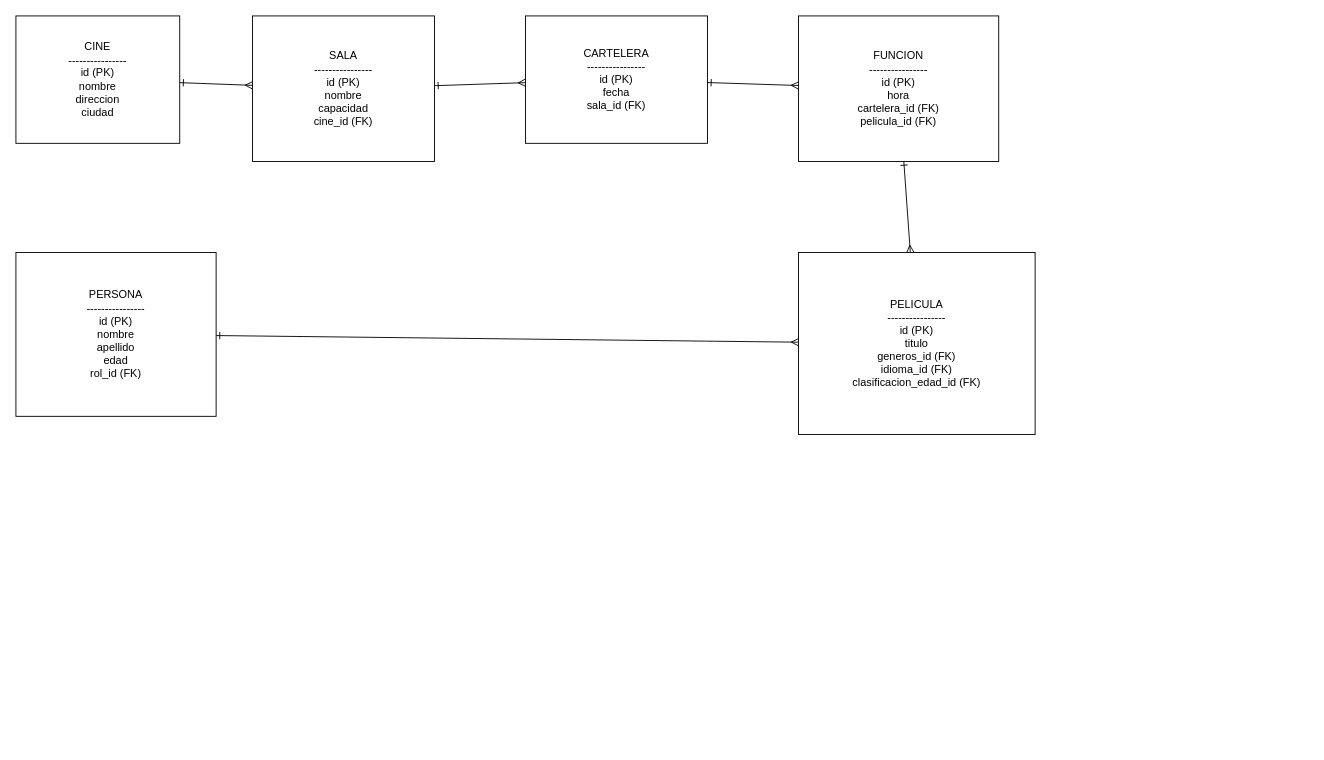
Before: Cines.drawio in Santi-a-ux/Modelo-De-Datos, a draw.io diagram. Source tidied: cells renumbered, new cells numbered last; positions are measured from the earlier drawing's top-left corner, leaving out a move shared by most shapes. Both pictures are drawn from the tidied source at 91%, with x=0, y=0 at pixel (15, 15).
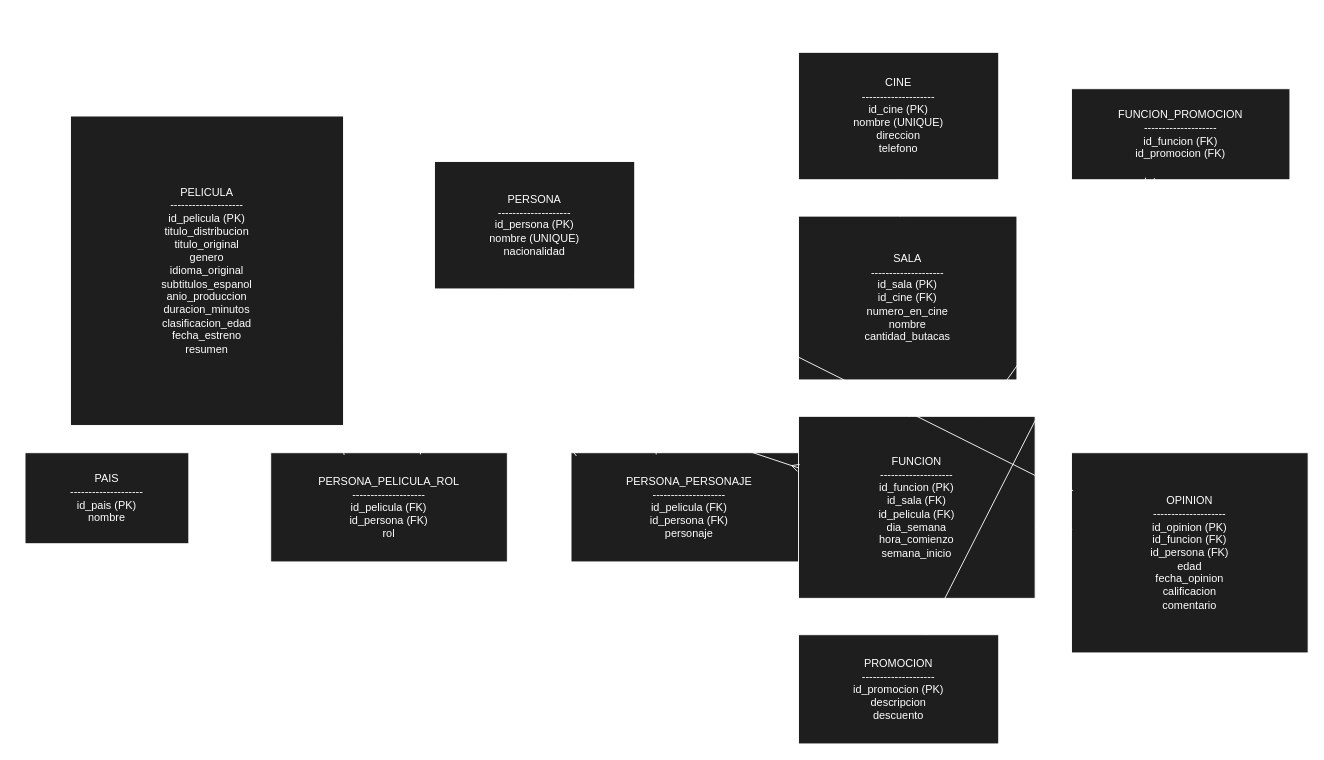
The same page after the edit.

Diff of the diagram source:
```diff
@@
+    <mxCell id="6" value="PELICULA&#10;--------------------&#10;id_pelicula (PK)&#10;titulo_distribucion&#10;titulo_original&#10;genero&#10;idioma_original&#10;subtitulos_espanol&#10;anio_produccion&#10;duracion_minutos&#10;clasificacion_edad&#10;fecha_estreno&#10;resumen" style="shape=rectangle;whiteSpace=wrap;html=1;fillColor=#1e1e1e;fontColor=#ffffff;strokeColor=#ffffff;" parent="1" vertex="1">
+      <mxGeometry x="60" y="110" width="300" height="340" as="geometry" />
+    </mxCell>
+    <mxCell id="13" value="PAIS&#10;--------------------&#10;id_pais (PK)&#10;nombre" style="shape=rectangle;whiteSpace=wrap;html=1;fillColor=#1e1e1e;fontColor=#ffffff;strokeColor=#ffffff;" parent="1" vertex="1">
+      <mxGeometry x="10" y="480" width="180" height="100" as="geometry" />
+    </mxCell>
+    <mxCell id="7" value="PERSONA&#10;--------------------&#10;id_persona (PK)&#10;nombre (UNIQUE)&#10;nacionalidad" style="shape=rectangle;whiteSpace=wrap;html=1;fillColor=#1e1e1e;fontColor=#ffffff;strokeColor=#ffffff;" parent="1" vertex="1">
+      <mxGeometry x="460" y="160" width="220" height="140" as="geometry" />
+    </mxCell>
+    <mxCell id="14" value="PERSONA_PELICULA_ROL&#10;--------------------&#10;id_pelicula (FK)&#10;id_persona (FK)&#10;rol" style="shape=rectangle;whiteSpace=wrap;html=1;fillColor=#1e1e1e;fontColor=#ffffff;strokeColor=#ffffff;" parent="1" vertex="1">
+      <mxGeometry x="280" y="480" width="260" height="120" as="geometry" />
+    </mxCell>
+    <mxCell id="15" value="PERSONA_PERSONAJE&#10;--------------------&#10;id_pelicula (FK)&#10;id_persona (FK)&#10;personaje" style="shape=rectangle;whiteSpace=wrap;html=1;fillColor=#1e1e1e;fontColor=#ffffff;strokeColor=#ffffff;" parent="1" vertex="1">
+      <mxGeometry x="610" y="480" width="260" height="120" as="geometry" />
+    </mxCell>
-    <mxCell id="2" value="CINE&#10;----------------&#10;id (PK)&#10;nombre&#10;direccion&#10;ciudad" style="shape=rectangle;whiteSpace=wrap;html=1;" parent="1" vertex="1">
-      <mxGeometry width="180" height="140" as="geometry" />
+    <mxCell id="2" value="CINE&#10;--------------------&#10;id_cine (PK)&#10;nombre (UNIQUE)&#10;direccion&#10;telefono" style="shape=rectangle;whiteSpace=wrap;html=1;fillColor=#1e1e1e;fontColor=#ffffff;strokeColor=#ffffff;" parent="1" vertex="1">
+      <mxGeometry x="860" y="40" width="220" height="140" as="geometry" />
     </mxCell>
-    <mxCell id="3" value="SALA&#10;----------------&#10;id (PK)&#10;nombre&#10;capacidad&#10;cine_id (FK)" style="shape=rectangle;whiteSpace=wrap;html=1;" parent="1" vertex="1">
-      <mxGeometry x="260" width="200" height="160" as="geometry" />
+    <mxCell id="3" value="SALA&#10;--------------------&#10;id_sala (PK)&#10;id_cine (FK)&#10;numero_en_cine&#10;nombre&#10;cantidad_butacas" style="shape=rectangle;whiteSpace=wrap;html=1;fillColor=#1e1e1e;fontColor=#ffffff;strokeColor=#ffffff;" parent="1" vertex="1">
+      <mxGeometry x="860" y="220" width="240" height="180" as="geometry" />
     </mxCell>
-    <mxCell id="4" value="CARTELERA&#10;----------------&#10;id (PK)&#10;fecha&#10;sala_id (FK)" style="shape=rectangle;whiteSpace=wrap;html=1;" parent="1" vertex="1">
-      <mxGeometry x="560" width="200" height="140" as="geometry" />
-    </mxCell>
-    <mxCell id="5" value="FUNCION&#10;----------------&#10;id (PK)&#10;hora&#10;cartelera_id (FK)&#10;pelicula_id (FK)" style="shape=rectangle;whiteSpace=wrap;html=1;" parent="1" vertex="1">
-      <mxGeometry x="860" width="220" height="160" as="geometry" />
+    <mxCell id="5" value="FUNCION&#10;--------------------&#10;id_funcion (PK)&#10;id_sala (FK)&#10;id_pelicula (FK)&#10;dia_semana&#10;hora_comienzo&#10;semana_inicio" style="shape=rectangle;whiteSpace=wrap;html=1;fillColor=#1e1e1e;fontColor=#ffffff;strokeColor=#ffffff;" parent="1" vertex="1">
+      <mxGeometry x="860" y="440" width="260" height="200" as="geometry" />
     </mxCell>
-    <mxCell id="6" value="PELICULA&#10;----------------&#10;id (PK)&#10;titulo&#10;generos_id (FK)&#10;idioma_id (FK)&#10;clasificacion_edad_id (FK)" style="shape=rectangle;whiteSpace=wrap;html=1;" parent="1" vertex="1">
-      <mxGeometry x="860" y="260" width="260" height="200" as="geometry" />
-    </mxCell>
-    <mxCell id="7" value="PERSONA&#10;----------------&#10;id (PK)&#10;nombre&#10;apellido&#10;edad&#10;rol_id (FK)" style="shape=rectangle;whiteSpace=wrap;html=1;" parent="1" vertex="1">
-      <mxGeometry y="260" width="220" height="180" as="geometry" />
-    </mxCell>
+    <mxCell id="16" value="PROMOCION&#10;--------------------&#10;id_promocion (PK)&#10;descripcion&#10;descuento" style="shape=rectangle;whiteSpace=wrap;html=1;fillColor=#1e1e1e;fontColor=#ffffff;strokeColor=#ffffff;" parent="1" vertex="1">
+      <mxGeometry x="860" y="680" width="220" height="120" as="geometry" />
+    </mxCell>
+    <mxCell id="17" value="FUNCION_PROMOCION&#10;--------------------&#10;id_funcion (FK)&#10;id_promocion (FK)" style="shape=rectangle;whiteSpace=wrap;html=1;fillColor=#1e1e1e;fontColor=#ffffff;strokeColor=#ffffff;" parent="1" vertex="1">
+      <mxGeometry x="1160" y="80" width="240" height="100" as="geometry" />
+    </mxCell>
+    <mxCell id="18" value="OPINION&#10;--------------------&#10;id_opinion (PK)&#10;id_funcion (FK)&#10;id_persona (FK)&#10;edad&#10;fecha_opinion&#10;calificacion&#10;comentario" style="shape=rectangle;whiteSpace=wrap;html=1;fillColor=#1e1e1e;fontColor=#ffffff;strokeColor=#ffffff;" parent="1" vertex="1">
+      <mxGeometry x="1160" y="480" width="260" height="220" as="geometry" />
+    </mxCell>
-    <mxCell id="8" style="endArrow=ERmany;startArrow=ERone;" parent="1" edge="1" source="2" target="3">
+    <mxCell id="8" style="endArrow=ERmany;startArrow=ERone;strokeColor=#ffffff;" parent="1" edge="1" source="2" target="3">
       <mxGeometry relative="1" as="geometry" />
     </mxCell>
-    <mxCell id="9" style="endArrow=ERmany;startArrow=ERone;" parent="1" edge="1" source="3" target="4">
-      <mxGeometry relative="1" as="geometry" />
-    </mxCell>
-    <mxCell id="10" style="endArrow=ERmany;startArrow=ERone;" parent="1" edge="1" source="4" target="5">
-      <mxGeometry relative="1" as="geometry" />
-    </mxCell>
-    <mxCell id="11" style="endArrow=ERmany;startArrow=ERone;" parent="1" edge="1" source="5" target="6">
-      <mxGeometry relative="1" as="geometry" />
-    </mxCell>
-    <mxCell id="12" style="endArrow=ERmany;startArrow=ERone;" parent="1" edge="1" source="7" target="6">
-      <mxGeometry relative="1" as="geometry" />
-    </mxCell>
+    <mxCell id="19" style="endArrow=ERmany;startArrow=ERone;strokeColor=#ffffff;" parent="1" edge="1" source="3" target="5">
+      <mxGeometry relative="1" as="geometry" />
+    </mxCell>
+    <mxCell id="20" style="endArrow=ERmany;startArrow=ERone;strokeColor=#ffffff;" parent="1" edge="1" source="6" target="5">
+      <mxGeometry relative="1" as="geometry" />
+    </mxCell>
+    <mxCell id="21" style="endArrow=ERmany;startArrow=ERone;strokeColor=#ffffff;" parent="1" edge="1" source="5" target="18">
+      <mxGeometry relative="1" as="geometry" />
+    </mxCell>
+    <mxCell id="22" style="endArrow=ERmany;startArrow=ERone;strokeColor=#ffffff;" parent="1" edge="1" source="7" target="18">
+      <mxGeometry relative="1" as="geometry" />
+    </mxCell>
+    <mxCell id="23" style="endArrow=ERmany;startArrow=ERone;strokeColor=#ffffff;" parent="1" edge="1" source="6" target="14">
+      <mxGeometry relative="1" as="geometry" />
+    </mxCell>
+    <mxCell id="24" style="endArrow=ERmany;startArrow=ERone;strokeColor=#ffffff;" parent="1" edge="1" source="7" target="14">
+      <mxGeometry relative="1" as="geometry" />
+    </mxCell>
+    <mxCell id="25" style="endArrow=ERmany;startArrow=ERone;strokeColor=#ffffff;" parent="1" edge="1" source="6" target="15">
+      <mxGeometry relative="1" as="geometry" />
+    </mxCell>
+    <mxCell id="26" style="endArrow=ERmany;startArrow=ERone;strokeColor=#ffffff;" parent="1" edge="1" source="7" target="15">
+      <mxGeometry relative="1" as="geometry" />
+    </mxCell>
+    <mxCell id="27" style="endArrow=ERmany;startArrow=ERone;strokeColor=#ffffff;" parent="1" edge="1" source="5" target="17">
+      <mxGeometry relative="1" as="geometry" />
+    </mxCell>
+    <mxCell id="28" style="endArrow=ERmany;startArrow=ERone;strokeColor=#ffffff;" parent="1" edge="1" source="16" target="17">
+      <mxGeometry relative="1" as="geometry" />
+    </mxCell>
```
